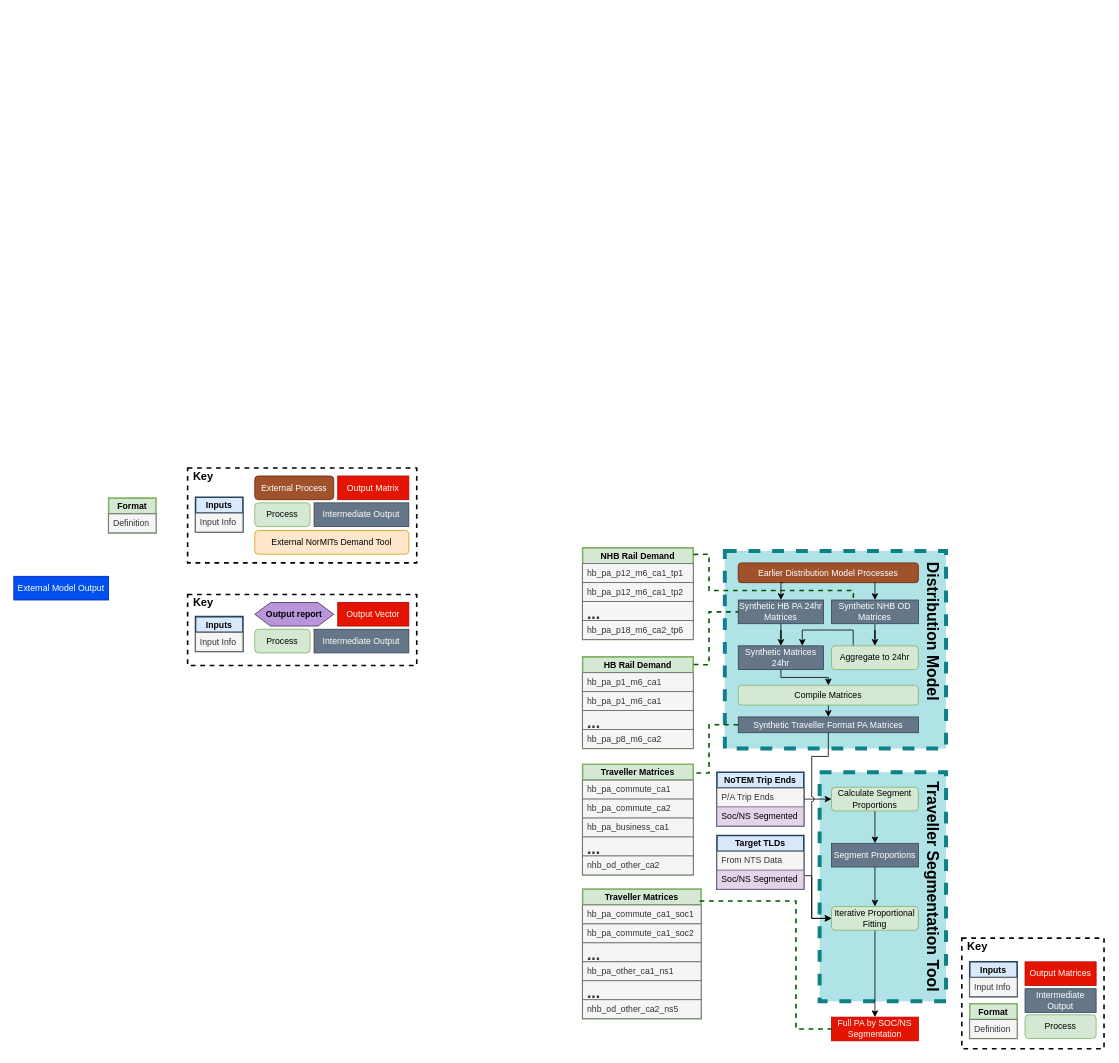
Before: page "Overview" (2 of 4) of docs/op_models/Traveller Segment Tool/Overview.drawio in Transport-for-the-North/NorMITs-Demand, a draw.io diagram. Source tidied: cells renumbered, new cells numbered last; positions are measured from the earlier drawing's top-left corner, leaving out a move shared by most shapes. Both pictures are drawn from the tidied source at 79%, with x=0, y=0 at pixel (13, 21).
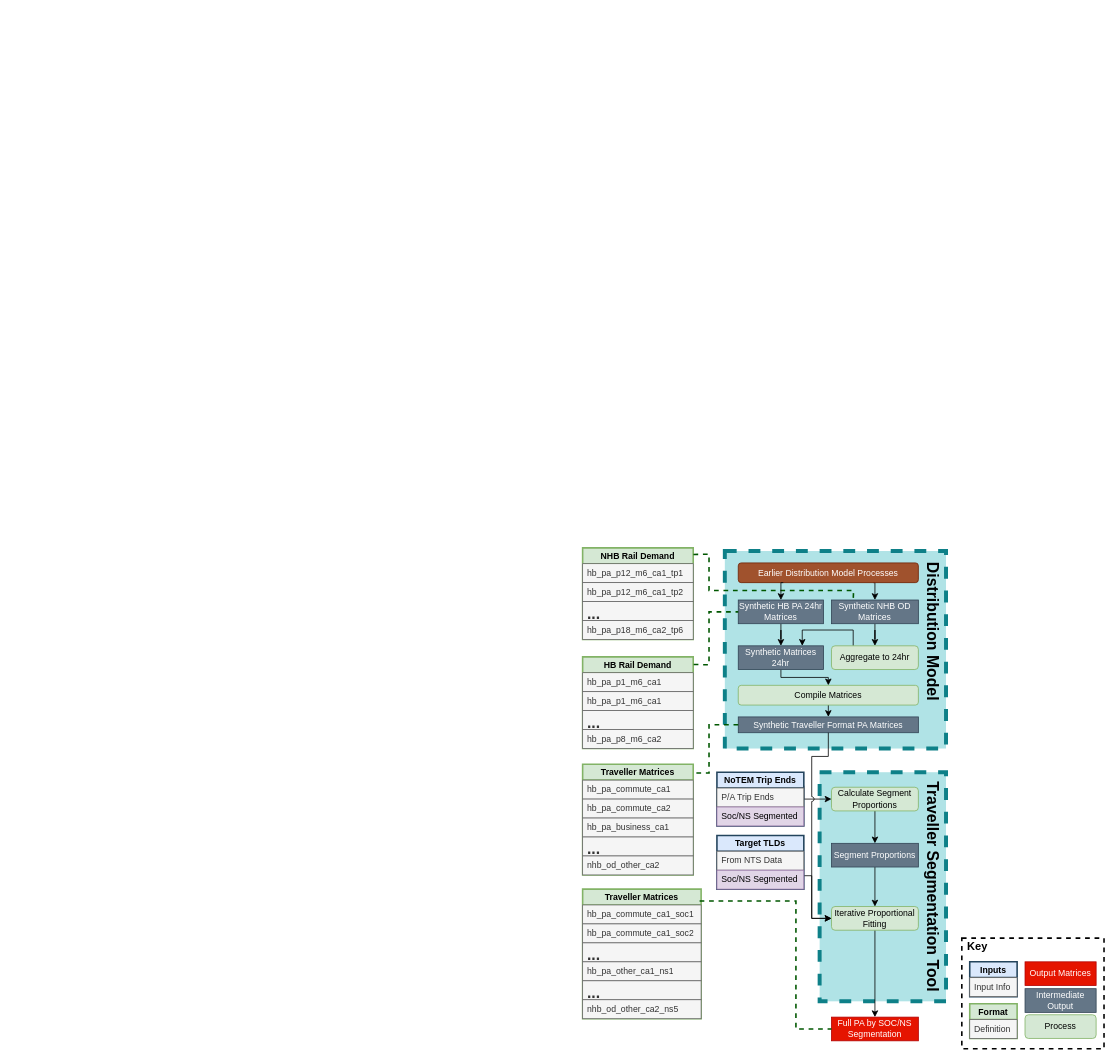
The same diagram, later.

Change to the diagram source:
```diff
@@
-    <mxCell id="2" style="group;" parent="1" vertex="1">
-      <mxGeometry x="220" y="565" width="290" height="120" as="geometry" />
-    </mxCell>
-    <mxCell id="3" style="rounded=0;whiteSpace=wrap;html=1;dashed=1;strokeWidth=2;" parent="2" vertex="1">
-      <mxGeometry width="290" height="120" as="geometry" />
-    </mxCell>
-    <mxCell id="4" value="&lt;b style=&quot;font-size: 14px&quot;&gt;Key&lt;/b&gt;" style="text;html=1;strokeColor=none;fillColor=none;align=center;verticalAlign=middle;whiteSpace=wrap;rounded=0;dashed=1;" parent="2" vertex="1">
-      <mxGeometry width="40" height="20" as="geometry" />
-    </mxCell>
-    <mxCell id="5" value="Inputs" style="swimlane;fontStyle=1;horizontal=1;startSize=20;fillColor=#dae8fc;rounded=0;glass=0;fontSize=11;align=center;strokeWidth=2;strokeColor=#23445D;" parent="2" vertex="1">
-      <mxGeometry x="10" y="37" width="60" height="44" as="geometry" />
-    </mxCell>
-    <mxCell id="6" value="Input Info" style="text;strokeColor=#666666;fillColor=#f5f5f5;align=left;verticalAlign=middle;spacingLeft=4;spacingRight=4;overflow=hidden;fontSize=11;whiteSpace=wrap;fontColor=#333333;" parent="5" vertex="1">
-      <mxGeometry y="20" width="60" height="24" as="geometry" />
-    </mxCell>
-    <mxCell id="7" value="&lt;font style=&quot;font-size: 11px&quot;&gt;Process&lt;/font&gt;" style="rounded=1;whiteSpace=wrap;html=1;fillColor=#d5e8d4;strokeColor=#82b366;" parent="2" vertex="1">
-      <mxGeometry x="85" y="44" width="70" height="30" as="geometry" />
-    </mxCell>
-    <mxCell id="8" value="&lt;font style=&quot;font-size: 11px&quot;&gt;External Process&lt;/font&gt;" style="rounded=1;whiteSpace=wrap;html=1;fillColor=#a0522d;strokeColor=#6D1F00;fontColor=#ffffff;" parent="2" vertex="1">
-      <mxGeometry x="85" y="10" width="100" height="30" as="geometry" />
-    </mxCell>
-    <mxCell id="9" value="Intermediate Output" style="rounded=0;whiteSpace=wrap;html=1;strokeWidth=1;fillColor=#647687;strokeColor=#314354;fontSize=11;fontColor=#ffffff;" parent="2" vertex="1">
-      <mxGeometry x="160" y="44" width="120" height="30" as="geometry" />
-    </mxCell>
-    <mxCell id="10" value="Output Matrix" style="rounded=0;whiteSpace=wrap;html=1;strokeWidth=1;fillColor=#e51400;strokeColor=#B20000;fontSize=11;fontColor=#ffffff;" parent="2" vertex="1">
-      <mxGeometry x="190" y="10" width="90" height="30" as="geometry" />
-    </mxCell>
-    <mxCell id="11" value="&lt;span style=&quot;font-size: 11px&quot;&gt;External NorMITs Demand Tool&lt;/span&gt;" style="rounded=1;whiteSpace=wrap;html=1;fillColor=#ffe6cc;strokeColor=#d79b00;" parent="2" vertex="1">
-      <mxGeometry x="85" y="79" width="195" height="30" as="geometry" />
-    </mxCell>
-    <mxCell id="12" style="group;" parent="1" vertex="1">
-      <mxGeometry x="220" y="725" width="290" height="90" as="geometry" />
-    </mxCell>
-    <mxCell id="13" style="rounded=0;whiteSpace=wrap;html=1;dashed=1;strokeWidth=2;" parent="12" vertex="1">
-      <mxGeometry width="290" height="90" as="geometry" />
-    </mxCell>
-    <mxCell id="14" value="&lt;b style=&quot;font-size: 14px&quot;&gt;Key&lt;/b&gt;" style="text;html=1;strokeColor=none;fillColor=none;align=center;verticalAlign=middle;whiteSpace=wrap;rounded=0;dashed=1;" parent="12" vertex="1">
-      <mxGeometry width="40" height="20" as="geometry" />
-    </mxCell>
-    <mxCell id="15" value="Inputs" style="swimlane;fontStyle=1;horizontal=1;startSize=20;fillColor=#dae8fc;rounded=0;glass=0;fontSize=11;align=center;strokeWidth=2;strokeColor=#23445D;" parent="12" vertex="1">
-      <mxGeometry x="10" y="28" width="60" height="44" as="geometry" />
-    </mxCell>
-    <mxCell id="16" value="Input Info" style="text;strokeColor=#666666;fillColor=#f5f5f5;align=left;verticalAlign=middle;spacingLeft=4;spacingRight=4;overflow=hidden;fontSize=11;whiteSpace=wrap;fontColor=#333333;" parent="15" vertex="1">
-      <mxGeometry y="20" width="60" height="24" as="geometry" />
-    </mxCell>
-    <mxCell id="17" value="&lt;font style=&quot;font-size: 11px&quot;&gt;Process&lt;/font&gt;" style="rounded=1;whiteSpace=wrap;html=1;fillColor=#d5e8d4;strokeColor=#82b366;" parent="12" vertex="1">
-      <mxGeometry x="85" y="44" width="70" height="30" as="geometry" />
-    </mxCell>
-    <mxCell id="18" value="Intermediate Output" style="rounded=0;whiteSpace=wrap;html=1;strokeWidth=1;fillColor=#647687;strokeColor=#314354;fontSize=11;fontColor=#ffffff;" parent="12" vertex="1">
-      <mxGeometry x="160" y="44" width="120" height="30" as="geometry" />
-    </mxCell>
-    <mxCell id="19" value="Output Vector" style="rounded=0;whiteSpace=wrap;html=1;strokeWidth=1;fillColor=#e51400;strokeColor=#B20000;fontSize=11;fontColor=#ffffff;" parent="12" vertex="1">
-      <mxGeometry x="190" y="10" width="90" height="30" as="geometry" />
-    </mxCell>
-    <mxCell id="20" value="&lt;span style=&quot;font-size: 11px&quot;&gt;&lt;b&gt;Output report&lt;/b&gt;&lt;/span&gt;" style="shape=hexagon;perimeter=hexagonPerimeter2;whiteSpace=wrap;html=1;fixedSize=1;strokeColor=#432D57;fillColor=#B996D9;" parent="12" vertex="1">
-      <mxGeometry x="85" y="10.2" width="100" height="29.8" as="geometry" />
-    </mxCell>
     <mxCell id="21" value="&lt;h1&gt;&lt;br&gt;&lt;/h1&gt;" style="text;html=1;strokeColor=none;fillColor=none;spacing=5;spacingTop=-20;whiteSpace=wrap;overflow=hidden;rounded=0;fontSize=11;" parent="1" vertex="1">
-      <mxGeometry x="1060" width="190" height="90" as="geometry" />
+      <mxGeometry x="1060" y="726" width="190" height="90" as="geometry" />
     </mxCell>
-    <mxCell id="22" value="External Model Output" style="rounded=0;whiteSpace=wrap;html=1;strokeWidth=1;fillColor=#0050ef;strokeColor=#001DBC;fontSize=11;fontColor=#ffffff;" parent="1" vertex="1">
-      <mxGeometry y="702" width="120" height="30" as="geometry" />
-    </mxCell>
@@
-    <mxCell id="30" value="Format" style="swimlane;fontStyle=1;horizontal=1;startSize=20;fillColor=#d5e8d4;rounded=0;glass=0;fontSize=11;align=center;strokeWidth=2;strokeColor=#82b366;" parent="1" vertex="1">
-      <mxGeometry x="120" y="603" width="60" height="44" as="geometry" />
-    </mxCell>
-    <mxCell id="31" value="Definition" style="text;strokeColor=#666666;fillColor=#f5f5f5;align=left;verticalAlign=middle;spacingLeft=4;spacingRight=4;overflow=hidden;fontSize=11;whiteSpace=wrap;fontColor=#333333;" parent="30" vertex="1">
-      <mxGeometry y="20" width="60" height="24" as="geometry" />
-    </mxCell>
```
